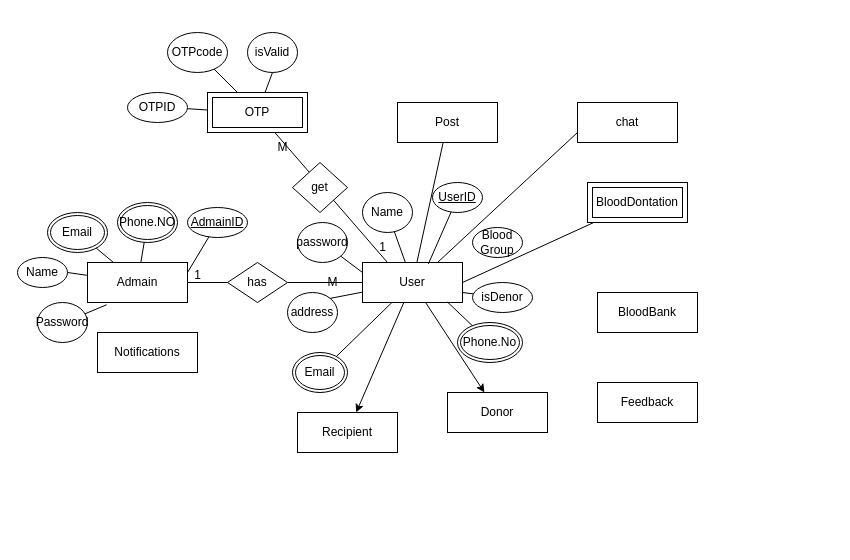
Earlier version of the draw.io diagram Untitled Diagram.drawio (abdalrahmanalkayyali02/AcountingSystem). Source tidied: cells renumbered, new cells numbered last; positions are measured from the earlier drawing's top-left corner, leaving out a move shared by most shapes. Both pictures are drawn from the tidied source at 100%, with x=0, y=0 at pixel (17, 32).
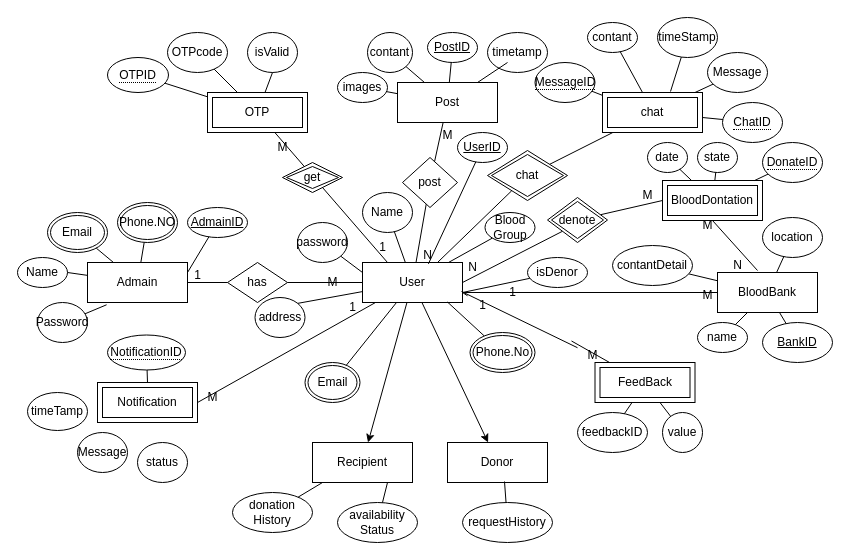
The same page after the edit.

Unchanged cells that the change refers to:
```xml
<mxCell id="2" value="User" style="whiteSpace=wrap;html=1;align=center;" parent="1" vertex="1">
  <mxGeometry x="345" y="230" width="100" height="40" as="geometry" />
</mxCell>
```

What changed in the source:
```diff
@@
     <mxCell id="4" value="Donor" style="whiteSpace=wrap;html=1;align=center;" parent="1" vertex="1">
-      <mxGeometry x="430" y="360" width="100" height="40" as="geometry" />
+      <mxGeometry x="430" y="410" width="100" height="40" as="geometry" />
     </mxCell>
     <mxCell id="5" value="Recipient" style="whiteSpace=wrap;html=1;align=center;" parent="1" vertex="1">
-      <mxGeometry x="280" y="380" width="100" height="40" as="geometry" />
+      <mxGeometry x="295" y="410" width="100" height="40" as="geometry" />
     </mxCell>
@@
-    <mxCell id="7" value="chat" style="whiteSpace=wrap;html=1;align=center;" parent="1" vertex="1">
-      <mxGeometry x="560" y="70" width="100" height="40" as="geometry" />
-    </mxCell>
     <mxCell id="8" value="Post" style="whiteSpace=wrap;html=1;align=center;" parent="1" vertex="1">
-      <mxGeometry x="380" y="70" width="100" height="40" as="geometry" />
+      <mxGeometry x="380" y="50" width="100" height="40" as="geometry" />
     </mxCell>
     <mxCell id="9" value="BloodDontation" style="shape=ext;margin=3;double=1;whiteSpace=wrap;html=1;align=center;" parent="1" vertex="1">
-      <mxGeometry x="570" y="150" width="100" height="40" as="geometry" />
+      <mxGeometry x="645" y="148" width="100" height="40" as="geometry" />
     </mxCell>
     <mxCell id="10" value="BloodBank" style="whiteSpace=wrap;html=1;align=center;" parent="1" vertex="1">
-      <mxGeometry x="580" y="260" width="100" height="40" as="geometry" />
+      <mxGeometry x="700" y="240" width="100" height="40" as="geometry" />
     </mxCell>
-    <mxCell id="11" value="Notifications" style="whiteSpace=wrap;html=1;align=center;" parent="1" vertex="1">
-      <mxGeometry x="80" y="300" width="100" height="40" as="geometry" />
-    </mxCell>
-    <mxCell id="12" value="Feedback" style="whiteSpace=wrap;html=1;align=center;" parent="1" vertex="1">
-      <mxGeometry x="580" y="350" width="100" height="40" as="geometry" />
-    </mxCell>
     <mxCell id="13" value="UserID" style="ellipse;whiteSpace=wrap;html=1;align=center;fontStyle=4;" parent="1" vertex="1">
-      <mxGeometry x="415" y="150" width="50" height="30" as="geometry" />
+      <mxGeometry x="440" y="100" width="50" height="30" as="geometry" />
     </mxCell>
     <mxCell id="14" value="address" style="ellipse;whiteSpace=wrap;html=1;align=center;" parent="1" vertex="1">
-      <mxGeometry x="270" y="260" width="50" height="40" as="geometry" />
+      <mxGeometry x="237.5" y="265" width="50" height="40" as="geometry" />
     </mxCell>
@@
     <mxCell id="17" value="Phone.No" style="ellipse;shape=doubleEllipse;margin=3;whiteSpace=wrap;html=1;align=center;" parent="1" vertex="1">
-      <mxGeometry x="440" y="290" width="65" height="40" as="geometry" />
+      <mxGeometry x="452.5" y="300" width="65" height="40" as="geometry" />
     </mxCell>
     <mxCell id="18" value="Email" style="ellipse;shape=doubleEllipse;margin=3;whiteSpace=wrap;html=1;align=center;" parent="1" vertex="1">
-      <mxGeometry x="275" y="320" width="55" height="40" as="geometry" />
+      <mxGeometry x="287.5" y="330" width="55" height="40" as="geometry" />
     </mxCell>
     <mxCell id="19" value="isDenor" style="ellipse;whiteSpace=wrap;html=1;align=center;" parent="1" vertex="1">
-      <mxGeometry x="455" y="250" width="60" height="30" as="geometry" />
+      <mxGeometry x="510" y="225" width="60" height="30" as="geometry" />
     </mxCell>
     <mxCell id="20" value="Blood&lt;br&gt;Group" style="ellipse;whiteSpace=wrap;html=1;align=center;" parent="1" vertex="1">
-      <mxGeometry x="455" y="195" width="50" height="30" as="geometry" />
+      <mxGeometry x="467.5" y="180" width="50" height="30" as="geometry" />
     </mxCell>
@@
-    <mxCell id="25" style="endArrow=none;html=1;rounded=0;" parent="1" edge="1" source="2" target="8">
+    <mxCell id="25" style="endArrow=none;html=1;rounded=0;" parent="1" edge="1" source="45" target="8">
       <mxGeometry relative="1" as="geometry" />
     </mxCell>
-    <mxCell id="26" style="endArrow=none;html=1;rounded=0;exitX=0.75;exitY=0;exitDx=0;exitDy=0;entryX=0;entryY=0.75;entryDx=0;entryDy=0;" parent="1" edge="1" source="2" target="7">
+    <mxCell id="26" style="endArrow=none;html=1;rounded=0;" parent="1" edge="1" source="85" target="83">
       <mxGeometry relative="1" as="geometry" />
     </mxCell>
-    <mxCell id="27" style="endArrow=none;html=1;rounded=0;entryX=1;entryY=0.5;entryDx=0;entryDy=0;" parent="1" edge="1" source="9" target="2">
+    <mxCell id="27" style="endArrow=none;html=1;rounded=0;entryX=1;entryY=0.5;entryDx=0;entryDy=0;exitX=0;exitY=1;exitDx=0;exitDy=0;" parent="1" edge="1" source="72" target="2">
       <mxGeometry relative="1" as="geometry" />
     </mxCell>
@@
-    <mxCell id="45" value="get" style="shape=rhombus;perimeter=rhombusPerimeter;whiteSpace=wrap;html=1;align=center;" parent="1" vertex="1">
-      <mxGeometry x="275" y="130" width="55" height="50" as="geometry" />
-    </mxCell>
@@
-    <mxCell id="55" value="OTPID" style="ellipse;whiteSpace=wrap;html=1;align=center;" parent="1" vertex="1">
-      <mxGeometry x="110" y="60" width="60" height="30" as="geometry" />
-    </mxCell>
@@
+    <mxCell id="59" value="images" style="ellipse;whiteSpace=wrap;html=1;align=center;" parent="1" vertex="1">
+      <mxGeometry x="320" y="40" width="50" height="30" as="geometry" />
+    </mxCell>
+    <mxCell id="60" value="timetamp" style="ellipse;whiteSpace=wrap;html=1;align=center;" parent="1" vertex="1">
+      <mxGeometry x="470" width="60" height="40" as="geometry" />
+    </mxCell>
+    <mxCell id="61" value="contant" style="ellipse;whiteSpace=wrap;html=1;align=center;" parent="1" vertex="1">
+      <mxGeometry x="350" width="45" height="40" as="geometry" />
+    </mxCell>
+    <mxCell id="62" value="PostID" style="ellipse;whiteSpace=wrap;html=1;align=center;fontStyle=4;" parent="1" vertex="1">
+      <mxGeometry x="410" width="50" height="30" as="geometry" />
+    </mxCell>
+    <mxCell id="63" value="get" style="shape=rhombus;double=1;perimeter=rhombusPerimeter;whiteSpace=wrap;html=1;align=center;" parent="1" vertex="1">
+      <mxGeometry x="265" y="130" width="60" height="30" as="geometry" />
+    </mxCell>
+    <mxCell id="64" style="endArrow=none;html=1;rounded=0;" parent="1" edge="1" source="2" target="45">
+      <mxGeometry relative="1" as="geometry" />
+    </mxCell>
+    <mxCell id="45" value="post" style="shape=rhombus;perimeter=rhombusPerimeter;whiteSpace=wrap;html=1;align=center;" parent="1" vertex="1">
+      <mxGeometry x="385" y="125" width="55" height="50" as="geometry" />
+    </mxCell>
+    <mxCell id="65" value="N" style="text;html=1;align=center;verticalAlign=middle;strokeColor=none;fillColor=none;" parent="1" vertex="1">
+      <mxGeometry x="395" y="208" width="30" height="30" as="geometry" />
+    </mxCell>
+    <mxCell id="66" value="M" style="text;html=1;align=center;verticalAlign=middle;strokeColor=none;fillColor=none;" parent="1" vertex="1">
+      <mxGeometry x="415" y="88" width="30" height="30" as="geometry" />
+    </mxCell>
+    <mxCell id="67" style="endArrow=none;html=1;rounded=0;" parent="1" edge="1" target="8">
+      <mxGeometry relative="1" as="geometry">
+        <mxPoint x="490" y="30" as="sourcePoint" />
+      </mxGeometry>
+    </mxCell>
+    <mxCell id="68" style="endArrow=none;html=1;rounded=0;" parent="1" edge="1" source="62" target="8">
+      <mxGeometry relative="1" as="geometry" />
+    </mxCell>
+    <mxCell id="69" style="endArrow=none;html=1;rounded=0;" parent="1" edge="1" source="61" target="8">
+      <mxGeometry relative="1" as="geometry" />
+    </mxCell>
+    <mxCell id="70" style="endArrow=none;html=1;rounded=0;" parent="1" edge="1" source="59" target="8">
+      <mxGeometry relative="1" as="geometry" />
+    </mxCell>
+    <mxCell id="71" style="endArrow=none;html=1;rounded=0;exitX=0;exitY=0.5;exitDx=0;exitDy=0;" parent="1" edge="1" source="9" target="72">
+      <mxGeometry relative="1" as="geometry" />
+    </mxCell>
+    <mxCell id="72" value="denote" style="shape=rhombus;double=1;perimeter=rhombusPerimeter;whiteSpace=wrap;html=1;align=center;" parent="1" vertex="1">
+      <mxGeometry x="530" y="165" width="60" height="45" as="geometry" />
+    </mxCell>
+    <mxCell id="73" value="N" style="text;html=1;align=center;verticalAlign=middle;strokeColor=none;fillColor=none;" parent="1" vertex="1">
+      <mxGeometry x="440" y="220" width="30" height="30" as="geometry" />
+    </mxCell>
+    <mxCell id="74" value="M" style="text;html=1;align=center;verticalAlign=middle;strokeColor=none;fillColor=none;" parent="1" vertex="1">
+      <mxGeometry x="615" y="148" width="30" height="30" as="geometry" />
+    </mxCell>
+    <mxCell id="75" style="endArrow=none;html=1;rounded=0;entryX=0.5;entryY=1;entryDx=0;entryDy=0;exitX=0.4;exitY=-0.05;exitDx=0;exitDy=0;exitPerimeter=0;" parent="1" edge="1" source="10" target="9">
+      <mxGeometry relative="1" as="geometry" />
+    </mxCell>
+    <mxCell id="76" value="M" style="text;html=1;align=center;verticalAlign=middle;strokeColor=none;fillColor=none;" parent="1" vertex="1">
+      <mxGeometry x="675" y="178" width="30" height="30" as="geometry" />
+    </mxCell>
+    <mxCell id="77" value="N" style="text;html=1;align=center;verticalAlign=middle;strokeColor=none;fillColor=none;" parent="1" vertex="1">
+      <mxGeometry x="705" y="218" width="30" height="30" as="geometry" />
+    </mxCell>
+    <mxCell id="78" style="endArrow=none;html=1;rounded=0;exitX=-0.2;exitY=0.033;exitDx=0;exitDy=0;exitPerimeter=0;" parent="1" edge="1" source="130" target="102">
+      <mxGeometry relative="1" as="geometry" />
+    </mxCell>
+    <mxCell id="79" value="Message" style="ellipse;whiteSpace=wrap;html=1;align=center;" parent="1" vertex="1">
+      <mxGeometry x="690" y="20" width="60" height="40" as="geometry" />
+    </mxCell>
+    <mxCell id="80" value="timeStamp" style="ellipse;whiteSpace=wrap;html=1;align=center;" parent="1" vertex="1">
+      <mxGeometry x="640" y="-15" width="60" height="40" as="geometry" />
+    </mxCell>
+    <mxCell id="81" value="contant" style="ellipse;whiteSpace=wrap;html=1;align=center;" parent="1" vertex="1">
+      <mxGeometry x="570" y="-10" width="50" height="30" as="geometry" />
+    </mxCell>
+    <mxCell id="82" style="endArrow=none;html=1;rounded=0;exitX=0.75;exitY=0;exitDx=0;exitDy=0;" parent="1" edge="1" source="2" target="85">
+      <mxGeometry relative="1" as="geometry" />
+    </mxCell>
+    <mxCell id="83" value="chat" style="shape=ext;margin=3;double=1;whiteSpace=wrap;html=1;align=center;" parent="1" vertex="1">
+      <mxGeometry x="585" y="60" width="100" height="40" as="geometry" />
+    </mxCell>
+    <mxCell id="84" style="endArrow=none;html=1;rounded=0;exitX=0.75;exitY=0;exitDx=0;exitDy=0;" parent="1" edge="1" target="85">
+      <mxGeometry relative="1" as="geometry">
+        <mxPoint x="508.3" y="146.7" as="sourcePoint" />
+      </mxGeometry>
+    </mxCell>
+    <mxCell id="85" value="chat" style="shape=rhombus;double=1;perimeter=rhombusPerimeter;whiteSpace=wrap;html=1;align=center;" parent="1" vertex="1">
+      <mxGeometry x="470" y="118" width="80" height="50" as="geometry" />
+    </mxCell>
+    <mxCell id="55" value="&lt;span style=&quot;border-bottom: 1px dotted&quot;&gt;OTPID&lt;/span&gt;" style="ellipse;whiteSpace=wrap;html=1;align=center;" parent="1" vertex="1">
+      <mxGeometry x="90" y="25" width="61" height="35" as="geometry" />
+    </mxCell>
+    <mxCell id="86" value="&lt;span style=&quot;border-bottom: 1px dotted&quot;&gt;MessageID&lt;/span&gt;" style="ellipse;whiteSpace=wrap;html=1;align=center;" parent="1" vertex="1">
+      <mxGeometry x="517.5" y="30" width="60" height="40" as="geometry" />
+    </mxCell>
+    <mxCell id="87" value="&lt;span style=&quot;border-bottom: 1px dotted&quot;&gt;ChatID&lt;/span&gt;" style="ellipse;whiteSpace=wrap;html=1;align=center;" parent="1" vertex="1">
+      <mxGeometry x="705" y="70" width="60" height="40" as="geometry" />
+    </mxCell>
+    <mxCell id="88" style="endArrow=none;html=1;rounded=0;" parent="1" edge="1" source="86" target="83">
+      <mxGeometry relative="1" as="geometry" />
+    </mxCell>
+    <mxCell id="89" style="endArrow=none;html=1;rounded=0;" parent="1" edge="1" source="87" target="83">
+      <mxGeometry relative="1" as="geometry" />
+    </mxCell>
+    <mxCell id="90" style="endArrow=none;html=1;rounded=0;" parent="1" edge="1" source="79" target="83">
+      <mxGeometry relative="1" as="geometry" />
+    </mxCell>
+    <mxCell id="91" style="endArrow=none;html=1;rounded=0;entryX=0.68;entryY=-0.025;entryDx=0;entryDy=0;entryPerimeter=0;" parent="1" edge="1" source="80" target="83">
+      <mxGeometry relative="1" as="geometry" />
+    </mxCell>
+    <mxCell id="92" style="endArrow=none;html=1;rounded=0;entryX=0.4;entryY=0;entryDx=0;entryDy=0;entryPerimeter=0;" parent="1" edge="1" source="81" target="83">
+      <mxGeometry relative="1" as="geometry" />
+    </mxCell>
+    <mxCell id="93" value="BankID" style="ellipse;whiteSpace=wrap;html=1;align=center;fontStyle=4;" parent="1" vertex="1">
+      <mxGeometry x="745" y="290" width="70" height="40" as="geometry" />
+    </mxCell>
+    <mxCell id="94" value="contantDetail" style="ellipse;whiteSpace=wrap;html=1;align=center;" parent="1" vertex="1">
+      <mxGeometry x="595" y="213" width="80" height="40" as="geometry" />
+    </mxCell>
+    <mxCell id="95" value="location" style="ellipse;whiteSpace=wrap;html=1;align=center;" parent="1" vertex="1">
+      <mxGeometry x="745" y="185" width="60" height="40" as="geometry" />
+    </mxCell>
+    <mxCell id="96" value="name" style="ellipse;whiteSpace=wrap;html=1;align=center;" parent="1" vertex="1">
+      <mxGeometry x="680" y="290" width="50" height="30" as="geometry" />
+    </mxCell>
+    <mxCell id="97" style="edgeStyle=orthogonalEdgeStyle;rounded=0;orthogonalLoop=1;jettySize=auto;html=1;exitX=0.5;exitY=1;exitDx=0;exitDy=0;" parent="1" edge="1" source="10" target="10">
+      <mxGeometry relative="1" as="geometry" />
+    </mxCell>
+    <mxCell id="98" style="endArrow=none;html=1;rounded=0;" parent="1" edge="1" source="10" target="95">
+      <mxGeometry relative="1" as="geometry" />
+    </mxCell>
+    <mxCell id="99" style="endArrow=none;html=1;rounded=0;" parent="1" edge="1" source="93" target="10">
+      <mxGeometry relative="1" as="geometry" />
+    </mxCell>
+    <mxCell id="100" style="endArrow=none;html=1;rounded=0;" parent="1" edge="1" source="96" target="10">
+      <mxGeometry relative="1" as="geometry" />
+    </mxCell>
+    <mxCell id="101" style="endArrow=none;html=1;rounded=0;" parent="1" edge="1" source="94" target="10">
+      <mxGeometry relative="1" as="geometry" />
+    </mxCell>
+    <mxCell id="102" value="FeedBack" style="shape=ext;margin=3;double=1;whiteSpace=wrap;html=1;align=center;" parent="1" vertex="1">
+      <mxGeometry x="577.5" y="330" width="100" height="40" as="geometry" />
+    </mxCell>
+    <mxCell id="103" value="feedbackID" style="ellipse;whiteSpace=wrap;html=1;align=center;" parent="1" vertex="1">
+      <mxGeometry x="560" y="380" width="70" height="40" as="geometry" />
+    </mxCell>
+    <mxCell id="104" value="value" style="ellipse;whiteSpace=wrap;html=1;align=center;" parent="1" vertex="1">
+      <mxGeometry x="645" y="380" width="40" height="40" as="geometry" />
+    </mxCell>
+    <mxCell id="105" style="endArrow=none;html=1;rounded=0;" parent="1" edge="1" target="10">
+      <mxGeometry relative="1" as="geometry">
+        <mxPoint x="460" y="260" as="sourcePoint" />
+      </mxGeometry>
+    </mxCell>
+    <mxCell id="106" value="M" style="text;html=1;align=center;verticalAlign=middle;strokeColor=none;fillColor=none;" parent="1" vertex="1">
+      <mxGeometry x="675" y="248" width="30" height="30" as="geometry" />
+    </mxCell>
+    <mxCell id="107" style="endArrow=none;html=1;rounded=0;exitX=0;exitY=1;exitDx=0;exitDy=0;" parent="1" edge="1" source="20" target="2">
+      <mxGeometry relative="1" as="geometry" />
+    </mxCell>
+    <mxCell id="108" style="endArrow=none;html=1;rounded=0;" parent="1" edge="1" source="104" target="102">
+      <mxGeometry relative="1" as="geometry" />
+    </mxCell>
+    <mxCell id="109" style="endArrow=none;html=1;rounded=0;" parent="1" edge="1" source="103" target="102">
+      <mxGeometry relative="1" as="geometry" />
+    </mxCell>
+    <mxCell id="110" value="date" style="ellipse;whiteSpace=wrap;html=1;align=center;" parent="1" vertex="1">
+      <mxGeometry x="630" y="110" width="40" height="30" as="geometry" />
+    </mxCell>
+    <mxCell id="111" value="state" style="ellipse;whiteSpace=wrap;html=1;align=center;" parent="1" vertex="1">
+      <mxGeometry x="680" y="110" width="40" height="30" as="geometry" />
+    </mxCell>
+    <mxCell id="112" style="endArrow=none;html=1;rounded=0;" parent="1" edge="1" source="9" target="115">
+      <mxGeometry relative="1" as="geometry" />
+    </mxCell>
+    <mxCell id="113" style="endArrow=none;html=1;rounded=0;" parent="1" edge="1" source="9" target="111">
+      <mxGeometry relative="1" as="geometry" />
+    </mxCell>
+    <mxCell id="114" style="endArrow=none;html=1;rounded=0;" parent="1" edge="1" source="9" target="110">
+      <mxGeometry relative="1" as="geometry" />
+    </mxCell>
+    <mxCell id="115" value="&lt;span style=&quot;border-bottom: 1px dotted&quot;&gt;DonateID&lt;/span&gt;" style="ellipse;whiteSpace=wrap;html=1;align=center;" parent="1" vertex="1">
+      <mxGeometry x="745" y="110" width="60" height="40" as="geometry" />
+    </mxCell>
+    <mxCell id="116" value="Notification" style="shape=ext;margin=3;double=1;whiteSpace=wrap;html=1;align=center;" parent="1" vertex="1">
+      <mxGeometry x="80" y="350" width="100" height="40" as="geometry" />
+    </mxCell>
+    <mxCell id="117" style="endArrow=none;html=1;rounded=0;entryX=0.13;entryY=1;entryDx=0;entryDy=0;entryPerimeter=0;exitX=1;exitY=0.5;exitDx=0;exitDy=0;" parent="1" edge="1" source="116" target="2">
+      <mxGeometry relative="1" as="geometry" />
+    </mxCell>
+    <mxCell id="118" value="&lt;span style=&quot;border-bottom: 1px dotted&quot;&gt;NotificationID&lt;/span&gt;" style="ellipse;whiteSpace=wrap;html=1;align=center;" parent="1" vertex="1">
+      <mxGeometry x="90" y="302.5" width="78" height="35" as="geometry" />
+    </mxCell>
+    <mxCell id="119" value="status" style="ellipse;whiteSpace=wrap;html=1;align=center;" parent="1" vertex="1">
+      <mxGeometry x="120" y="410" width="50" height="40" as="geometry" />
+    </mxCell>
+    <mxCell id="120" value="timeTamp" style="ellipse;whiteSpace=wrap;html=1;align=center;" parent="1" vertex="1">
+      <mxGeometry x="10" y="360" width="60" height="38" as="geometry" />
+    </mxCell>
+    <mxCell id="121" value="Message" style="ellipse;whiteSpace=wrap;html=1;align=center;" parent="1" vertex="1">
+      <mxGeometry x="60" y="400" width="50" height="40" as="geometry" />
+    </mxCell>
+    <mxCell id="122" style="endArrow=none;html=1;rounded=0;entryX=0.5;entryY=0;entryDx=0;entryDy=0;" parent="1" edge="1" source="118" target="116">
+      <mxGeometry relative="1" as="geometry" />
+    </mxCell>
+    <mxCell id="123" value="1" style="text;html=1;align=center;verticalAlign=middle;strokeColor=none;fillColor=none;" parent="1" vertex="1">
+      <mxGeometry x="320" y="260" width="30" height="30" as="geometry" />
+    </mxCell>
+    <mxCell id="124" value="M" style="text;html=1;align=center;verticalAlign=middle;strokeColor=none;fillColor=none;" parent="1" vertex="1">
+      <mxGeometry x="180" y="350" width="30" height="30" as="geometry" />
+    </mxCell>
+    <mxCell id="125" style="endArrow=none;html=1;rounded=0;exitX=1;exitY=0.75;exitDx=0;exitDy=0;" parent="1" edge="1" source="2" target="126">
+      <mxGeometry relative="1" as="geometry" />
+    </mxCell>
+    <mxCell id="126" value="1" style="text;html=1;align=center;verticalAlign=middle;points=[];strokeColor=none;fillColor=none;" parent="1" vertex="1">
+      <mxGeometry x="480" y="245" width="30" height="30" as="geometry" />
+    </mxCell>
+    <mxCell id="127" style="endArrow=none;html=1;rounded=0;exitX=1;exitY=0.75;exitDx=0;exitDy=0;" parent="1" edge="1" source="2" target="128">
+      <mxGeometry relative="1" as="geometry" />
+    </mxCell>
+    <mxCell id="128" value="1" style="text;html=1;align=center;verticalAlign=middle;points=[];strokeColor=none;fillColor=none;" parent="1" vertex="1">
+      <mxGeometry x="450" y="258" width="30" height="30" as="geometry" />
+    </mxCell>
+    <mxCell id="129" style="endArrow=none;html=1;rounded=0;exitX=-0.2;exitY=0.033;exitDx=0;exitDy=0;exitPerimeter=0;" parent="1" edge="1" source="128" target="130">
+      <mxGeometry relative="1" as="geometry" />
+    </mxCell>
+    <mxCell id="130" value="M" style="text;html=1;align=center;verticalAlign=middle;points=[];strokeColor=none;fillColor=none;" parent="1" vertex="1">
+      <mxGeometry x="560" y="307.5" width="30" height="30" as="geometry" />
+    </mxCell>
+    <mxCell id="131" value="donation&lt;br&gt;History" style="ellipse;whiteSpace=wrap;html=1;align=center;" parent="1" vertex="1">
+      <mxGeometry x="215" y="460" width="80" height="40" as="geometry" />
+    </mxCell>
+    <mxCell id="132" value="availability&lt;br&gt;Status" style="ellipse;whiteSpace=wrap;html=1;align=center;" parent="1" vertex="1">
+      <mxGeometry x="320" y="470" width="80" height="40" as="geometry" />
+    </mxCell>
+    <mxCell id="133" value="requestHistory" style="ellipse;whiteSpace=wrap;html=1;align=center;" parent="1" vertex="1">
+      <mxGeometry x="445" y="470" width="90" height="40" as="geometry" />
+    </mxCell>
+    <mxCell id="134" style="endArrow=none;html=1;rounded=0;entryX=0.57;entryY=0.975;entryDx=0;entryDy=0;entryPerimeter=0;" parent="1" edge="1" source="133" target="4">
+      <mxGeometry relative="1" as="geometry" />
+    </mxCell>
+    <mxCell id="135" style="endArrow=none;html=1;rounded=0;entryX=0.75;entryY=1;entryDx=0;entryDy=0;" parent="1" edge="1" source="132" target="5">
+      <mxGeometry relative="1" as="geometry" />
+    </mxCell>
+    <mxCell id="136" style="endArrow=none;html=1;rounded=0;entryX=0.1;entryY=1;entryDx=0;entryDy=0;entryPerimeter=0;" parent="1" edge="1" source="131" target="5">
+      <mxGeometry relative="1" as="geometry" />
+    </mxCell>
```
